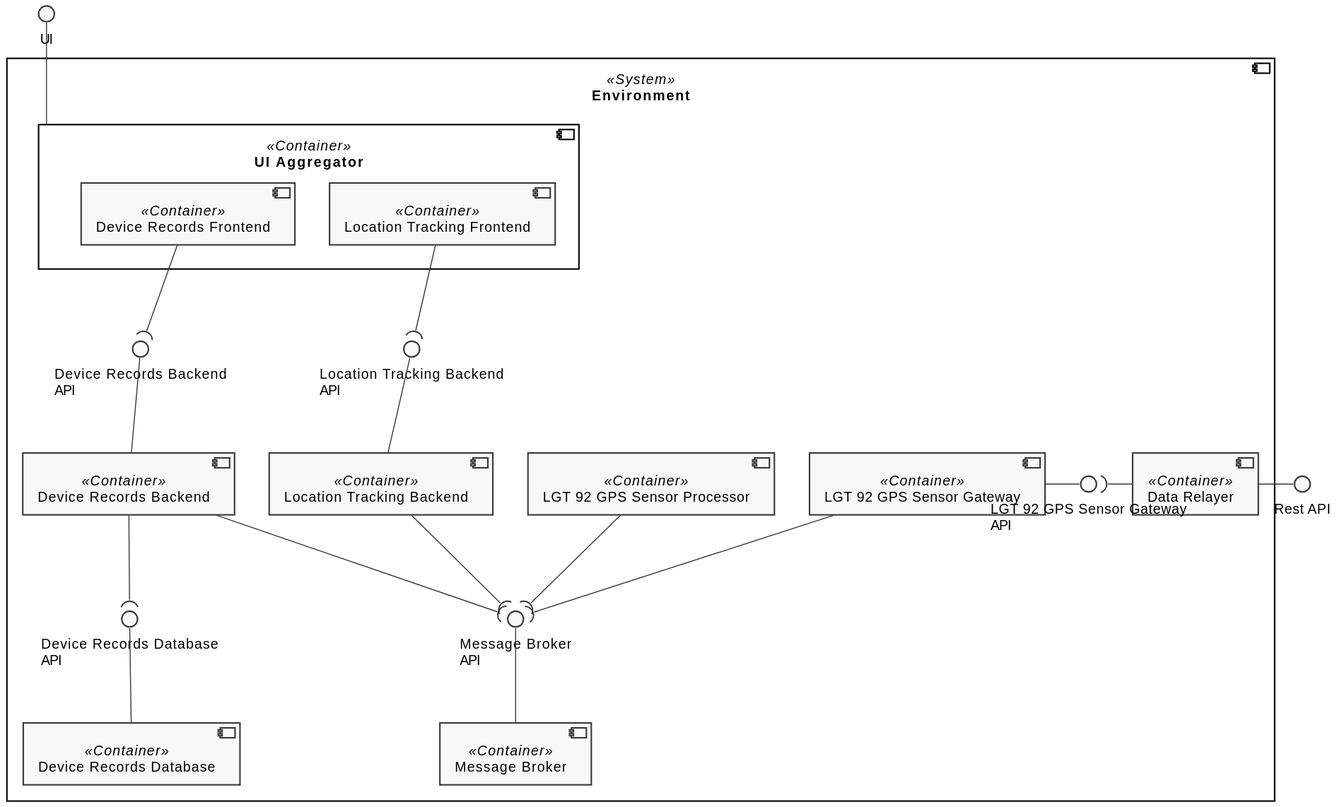
Earlier version of the PlantUML export docs/diagrams/logical-view-level2.svg (FilipeMCruz/sensae-console).
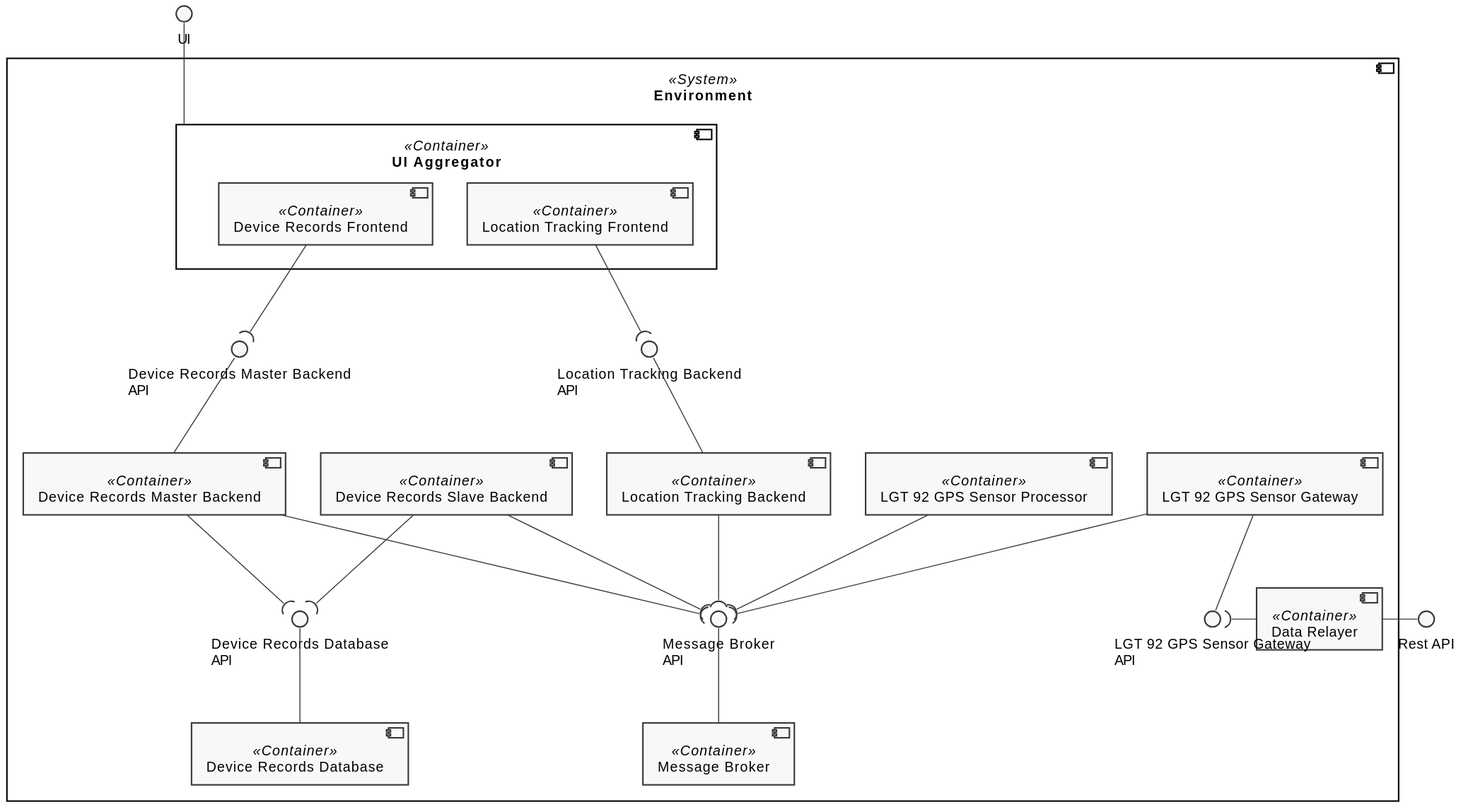
Later version of the same file.

What changed in the source:
```diff
@@ -12,45 +12,49 @@
 
 component "Environment" <<System>> {
     component "Message Broker" as MB <<Container>>
+    component "Device Records Master Backend" as DRB <<Container>>
+    component "Device Records Slave Backend" as DRSB <<Container>>
     component "Location Tracking Backend" as LTB <<Container>>
-    component "Device Records Backend" as DRB <<Container>>
-    component "LGT 92 GPS Sensor Processor" as LGT92GPSP <<Container>>
     component "LGT 92 GPS Sensor Gateway" as LGT92GPSG <<Container>>
     component "Data Relayer" as DR <<Container>>
     component "UI Aggregator" as UIAG <<Container>> {
         component "Device Records Frontend" as DRF <<Container>>
         component "Location Tracking Frontend" as LTF <<Container>>
     }
+    component "LGT 92 GPS Sensor Processor" as LGT92GPSP <<Container>>
     component "Device Records Database" as DRDB <<Container>>
 
     interface "Message Broker\nAPI" as MB_API
     interface "Location Tracking Backend\nAPI" as LTB_API
-    interface "Device Records Backend\nAPI" as DRB_API
+    interface "Device Records Master Backend\nAPI" as DRB_API
     interface "Device Records Database\nAPI" as DRDB_API
     interface "LGT 92 GPS Sensor Gateway\nAPI" as LGT92GPSG_API
+
+
+    DRB -[hidden] DRSB
+    DRSB -[hidden] LTB
+    LTB -[hidden] LGT92GPSP
+    LGT92GPSP -[hidden] LGT92GPSG
 
     DRB_API-- DRB
     MB_API -- MB
     DRDB_API -- DRDB
     LTB_API -- LTB
     UI -- UIAG
-    LGT92GPSG - LGT92GPSG_API
+    LGT92GPSG -- LGT92GPSG_API
     DRB --( DRDB_API
+    DRSB --( DRDB_API
     LTF --( LTB_API
     DRF --( DRB_API
 
     LTB --( MB_API
     DRB --( MB_API
+    DRSB --( MB_API
     LGT92GPSG --( MB_API
     LGT92GPSP --( MB_API
 
-
     DR - IN_ENDPOINT
     LGT92GPSG_API )- DR
-
-    LGT92GPSP -[hidden] LGT92GPSG
-    DRB -[hidden] LGT92GPSP
-    DRB -[hidden] LTB
 }
 
 @enduml
```
